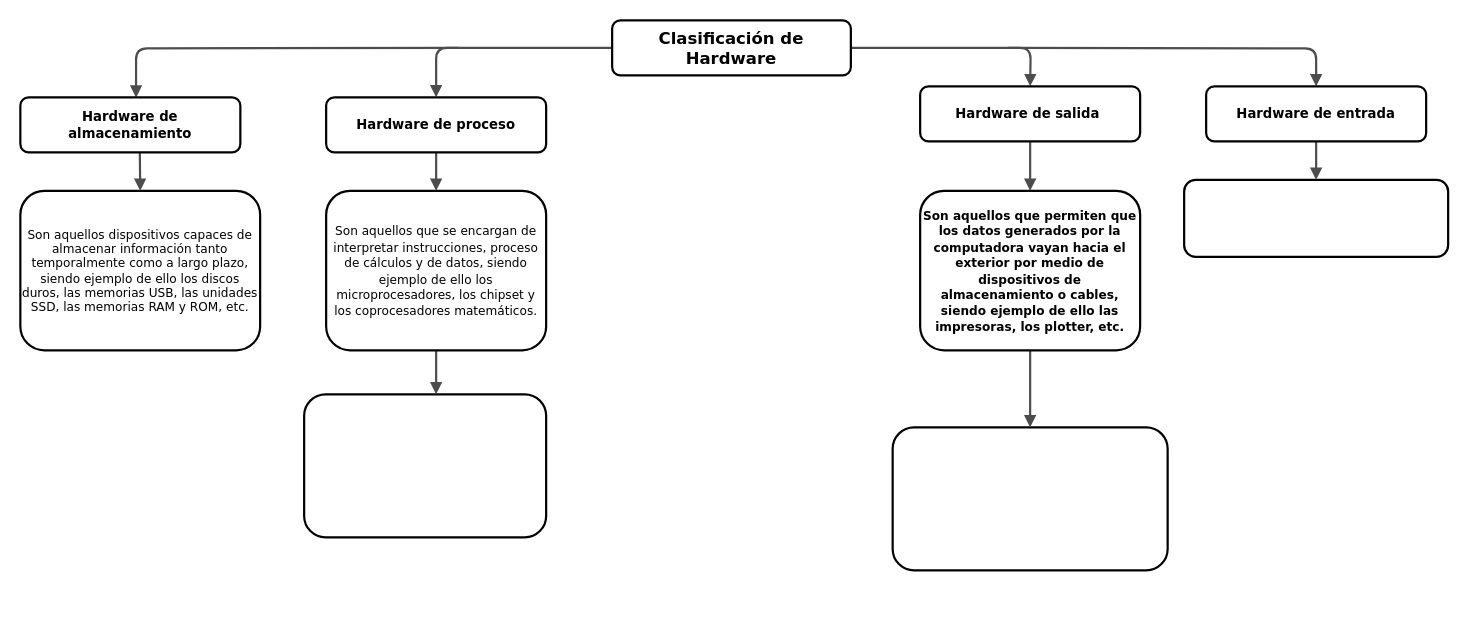
Before: Diagrama sin título.drawio in kiloZ333/kiloZ333, a draw.io diagram. Source tidied: cells renumbered, new cells numbered last; positions are measured from the earlier drawing's top-left corner, leaving out a move shared by most shapes. Both pictures are drawn from the tidied source at 110%, with x=0, y=0 at pixel (20, 20).
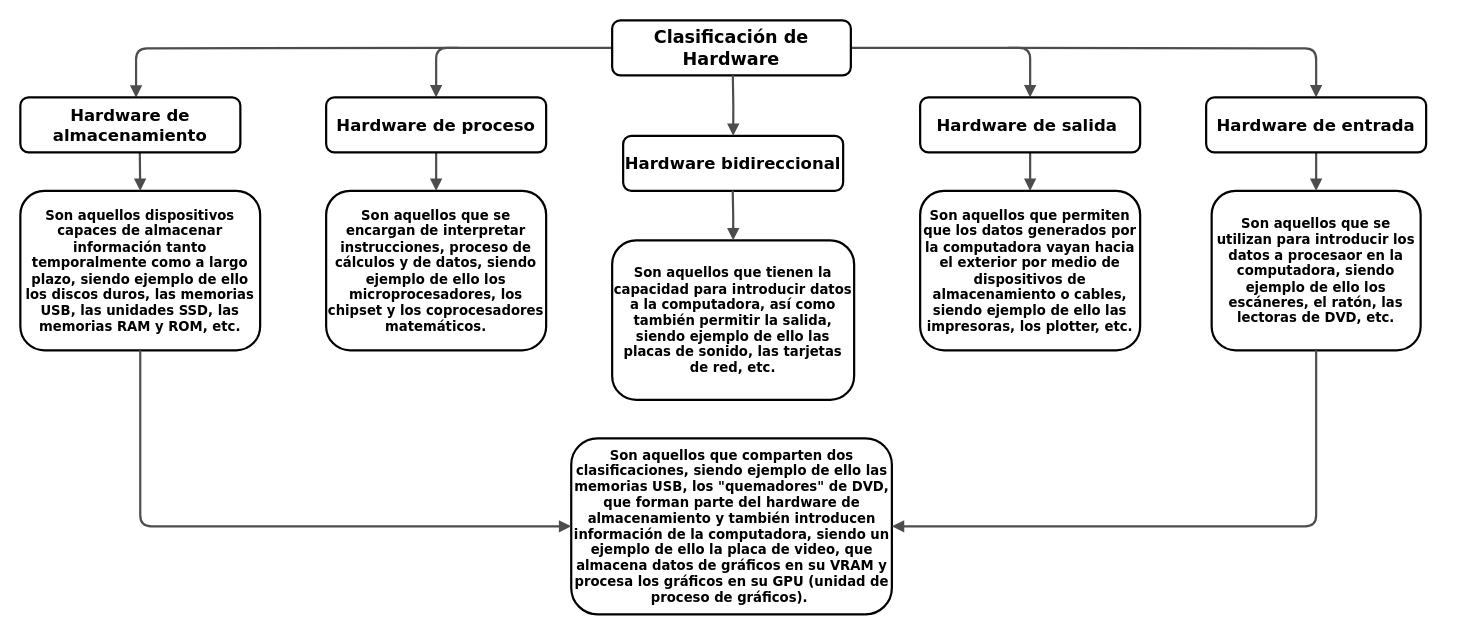
After the change.

Change to the diagram source:
```diff
@@
-    <mxCell id="2" value="&lt;font style=&quot;font-size: 11px;&quot;&gt;Son aquellos dispositivos capaces de almacenar información tanto temporalmente como a largo plazo, siendo ejemplo de ello los discos duros, las memorias USB, las unidades SSD, las memorias RAM y ROM, etc.&lt;/font&gt;" style="whiteSpace=wrap;html=1;rounded=1;shadow=0;comic=0;strokeWidth=2;fontFamily=Verdana;align=center;fontSize=10;" parent="1" vertex="1">
+    <mxCell id="2" value="&lt;font style=&quot;font-size: 12px;&quot;&gt;&lt;b&gt;&lt;font style=&quot;font-size: 12px;&quot;&gt;Son aquellos dispositivos capaces de almacenar información tanto temporalmente como a largo plazo, siendo ejemplo de ello los discos duros, las memorias USB, las unidades SSD, las memorias RAM y ROM, etc.&lt;/font&gt;&lt;/b&gt;&lt;/font&gt;" style="whiteSpace=wrap;html=1;rounded=1;shadow=0;comic=0;strokeWidth=2;fontFamily=Verdana;align=center;fontSize=10;" parent="1" vertex="1">
       <mxGeometry y="155" width="218" height="145" as="geometry" />
     </mxCell>
-    <mxCell id="3" style="whiteSpace=wrap;html=1;rounded=1;shadow=0;comic=0;strokeWidth=2;fontFamily=Verdana;align=center;fontSize=10;" parent="1" vertex="1">
-      <mxGeometry x="258" y="340" width="220" height="130" as="geometry" />
+    <mxCell id="3" value="&lt;font size=&quot;1&quot;&gt;&lt;b style=&quot;font-size: 12px;&quot;&gt;Son aquellos que tienen la capacidad para introducir datos a la computadora, así como también permitir la salida, siendo ejemplo de ello las placas de sonido, las tarjetas de red, etc. &lt;/b&gt;&lt;/font&gt;" style="whiteSpace=wrap;html=1;rounded=1;shadow=0;comic=0;strokeWidth=2;fontFamily=Verdana;align=center;fontSize=10;" parent="1" vertex="1">
+      <mxGeometry x="538" y="200" width="220" height="145" as="geometry" />
     </mxCell>
-    <mxCell id="4" style="whiteSpace=wrap;html=1;rounded=1;shadow=0;comic=0;strokeWidth=2;fontFamily=Verdana;align=center;fontSize=10;" parent="1" vertex="1">
-      <mxGeometry x="793" y="370" width="250" height="130" as="geometry" />
+    <mxCell id="4" value="&lt;font style=&quot;font-size: 12px;&quot;&gt;&lt;b&gt;&lt;font style=&quot;font-size: 12px;&quot;&gt;Son aquellos que comparten dos clasificaciones, siendo ejemplo de ello las memorias USB, los &quot;quemadores&quot; de DVD, que forman parte del hardware de almacenamiento y también introducen información de la computadora, siendo un ejemplo de ello la placa de video, que almacena datos de gráficos en su VRAM y procesa los gráficos en su GPU (unidad de proceso de gráficos).&amp;nbsp; &lt;/font&gt;&lt;/b&gt;&lt;/font&gt;" style="whiteSpace=wrap;html=1;rounded=1;shadow=0;comic=0;strokeWidth=2;fontFamily=Verdana;align=center;fontSize=10;" parent="1" vertex="1">
+      <mxGeometry x="500.8" y="380" width="291.5" height="160" as="geometry" />
     </mxCell>
-    <mxCell id="5" style="whiteSpace=wrap;html=1;rounded=1;shadow=0;comic=0;strokeWidth=2;fontFamily=Verdana;align=center;fontSize=10;" parent="1" vertex="1">
-      <mxGeometry x="1058" y="145" width="240" height="70" as="geometry" />
+    <mxCell id="5" value="&lt;font style=&quot;font-size: 12px;&quot;&gt;&lt;b&gt;Son aquellos que se utilizan para introducir los datos a procesaor en la computadora, siendo ejemplo de ello los escáneres, el ratón, las lectoras de DVD, etc. &lt;/b&gt;&lt;/font&gt;" style="whiteSpace=wrap;html=1;rounded=1;shadow=0;comic=0;strokeWidth=2;fontFamily=Verdana;align=center;fontSize=10;" parent="1" vertex="1">
+      <mxGeometry x="1083" y="155" width="190" height="145" as="geometry" />
     </mxCell>
@@
-    <mxCell id="7" style="edgeStyle=orthogonalEdgeStyle;rounded=1;html=1;labelBackgroundColor=none;endArrow=block;endFill=1;strokeColor=#4D4D4D;strokeWidth=2;fontFamily=Verdana;fontSize=12;fontStyle=1;" parent="1" edge="1" source="19">
-      <mxGeometry relative="1" as="geometry">
-        <mxPoint x="918" y="60" as="targetPoint" />
-      </mxGeometry>
+    <mxCell id="7" style="edgeStyle=orthogonalEdgeStyle;rounded=1;html=1;labelBackgroundColor=none;endArrow=block;endFill=1;strokeColor=#4D4D4D;strokeWidth=2;fontFamily=Verdana;fontSize=12;fontStyle=1;entryX=0.5;entryY=0;entryDx=0;entryDy=0;" parent="1" edge="1" source="19" target="20">
+      <mxGeometry relative="1" as="geometry" />
     </mxCell>
@@
-    <mxCell id="13" style="edgeStyle=orthogonalEdgeStyle;rounded=1;html=1;labelBackgroundColor=none;endArrow=block;endFill=1;strokeColor=#4D4D4D;strokeWidth=2;fontFamily=Verdana;fontSize=10;" parent="1" edge="1" source="21" target="4">
-      <mxGeometry relative="1" as="geometry" />
-    </mxCell>
-    <mxCell id="14" style="edgeStyle=elbowEdgeStyle;rounded=1;html=1;labelBackgroundColor=none;endArrow=block;endFill=1;strokeColor=#4D4D4D;strokeWidth=2;fontFamily=Verdana;fontSize=10;" parent="1" edge="1" source="18" target="3">
-      <mxGeometry relative="1" as="geometry" />
-    </mxCell>
@@
-    <mxCell id="16" value="&lt;span&gt;Hardware de almacenamiento&lt;br&gt;&lt;/span&gt;" style="whiteSpace=wrap;html=1;rounded=1;shadow=0;comic=0;strokeWidth=2;fontFamily=Verdana;align=center;fontSize=12;fontStyle=1;" parent="1" vertex="1">
+    <mxCell id="16" value="&lt;font style=&quot;font-size: 15px;&quot;&gt;&lt;span&gt;Hardware de almacenamiento&lt;br&gt;&lt;/span&gt;&lt;/font&gt;" style="whiteSpace=wrap;html=1;rounded=1;shadow=0;comic=0;strokeWidth=2;fontFamily=Verdana;align=center;fontSize=12;fontStyle=1;" parent="1" vertex="1">
       <mxGeometry y="70" width="200" height="50" as="geometry" />
     </mxCell>
-    <mxCell id="17" value="Hardware de proceso" style="whiteSpace=wrap;html=1;rounded=1;shadow=0;comic=0;strokeWidth=2;fontFamily=Verdana;align=center;fontSize=12;fontStyle=1;" parent="1" vertex="1">
+    <mxCell id="17" value="&lt;font style=&quot;font-size: 15px;&quot;&gt;Hardware de proceso&lt;/font&gt;" style="whiteSpace=wrap;html=1;rounded=1;shadow=0;comic=0;strokeWidth=2;fontFamily=Verdana;align=center;fontSize=12;fontStyle=1;" parent="1" vertex="1">
       <mxGeometry x="278" y="70" width="200" height="50" as="geometry" />
     </mxCell>
-    <mxCell id="18" value="&lt;font style=&quot;font-size: 11px;&quot;&gt;&lt;span style=&quot;font-weight: normal;&quot;&gt;Son aquellos que se encargan de interpretar instrucciones, proceso de cálculos y de datos, siendo ejemplo de ello los microprocesadores, los chipset y los coprocesadores matemáticos. &lt;/span&gt;&lt;br&gt;&lt;/font&gt;" style="whiteSpace=wrap;html=1;rounded=1;shadow=0;comic=0;strokeWidth=2;fontFamily=Verdana;align=center;fontSize=12;fontStyle=1;" parent="1" vertex="1">
+    <mxCell id="18" value="&lt;font style=&quot;font-size: 12px;&quot;&gt;Son aquellos que se encargan de interpretar instrucciones, proceso de cálculos y de datos, siendo ejemplo de ello los microprocesadores, los chipset y los coprocesadores matemáticos. &lt;font style=&quot;font-size: 12px;&quot;&gt;&lt;br&gt;&lt;/font&gt;&lt;/font&gt;" style="whiteSpace=wrap;html=1;rounded=1;shadow=0;comic=0;strokeWidth=2;fontFamily=Verdana;align=center;fontSize=12;fontStyle=1;" parent="1" vertex="1">
       <mxGeometry x="278" y="155" width="200" height="145" as="geometry" />
     </mxCell>
-    <mxCell id="19" value="&lt;font style=&quot;font-size: 15px;&quot;&gt;Clasificación de Hardware &lt;/font&gt;" style="whiteSpace=wrap;html=1;rounded=1;shadow=0;comic=0;strokeWidth=2;fontFamily=Verdana;align=center;fontSize=12;fontStyle=1;" parent="1" vertex="1">
+    <mxCell id="19" value="&lt;font style=&quot;font-size: 16px;&quot;&gt;Clasificación de Hardware &lt;/font&gt;" style="whiteSpace=wrap;html=1;rounded=1;shadow=0;comic=0;strokeWidth=2;fontFamily=Verdana;align=center;fontSize=12;fontStyle=1;" parent="1" vertex="1">
       <mxGeometry x="538" width="217" height="50" as="geometry" />
     </mxCell>
-    <mxCell id="20" value="Hardware de salida&amp;nbsp;" style="whiteSpace=wrap;html=1;rounded=1;shadow=0;comic=0;strokeWidth=2;fontFamily=Verdana;align=center;fontSize=12;fontStyle=1;" parent="1" vertex="1">
-      <mxGeometry x="818" y="60" width="200" height="50" as="geometry" />
+    <mxCell id="20" value="&lt;font style=&quot;font-size: 15px;&quot;&gt;Hardware de salida&amp;nbsp;&lt;/font&gt;" style="whiteSpace=wrap;html=1;rounded=1;shadow=0;comic=0;strokeWidth=2;fontFamily=Verdana;align=center;fontSize=12;fontStyle=1;" parent="1" vertex="1">
+      <mxGeometry x="818" y="70" width="200" height="50" as="geometry" />
     </mxCell>
-    <mxCell id="21" value="&lt;font style=&quot;font-size: 11px;&quot;&gt;Son aquellos que permiten que los datos generados por la computadora vayan hacia el exterior por medio de dispositivos de almacenamiento o cables, siendo ejemplo de ello las impresoras, los plotter, etc.&lt;/font&gt;" style="whiteSpace=wrap;html=1;rounded=1;shadow=0;comic=0;strokeWidth=2;fontFamily=Verdana;align=center;fontSize=12;fontStyle=1;" parent="1" vertex="1">
+    <mxCell id="21" value="&lt;font style=&quot;font-size: 12px;&quot;&gt;Son aquellos que permiten que los datos generados por la computadora vayan hacia el exterior por medio de dispositivos de almacenamiento o cables, siendo ejemplo de ello las impresoras, los plotter, etc.&lt;/font&gt;" style="whiteSpace=wrap;html=1;rounded=1;shadow=0;comic=0;strokeWidth=2;fontFamily=Verdana;align=center;fontSize=12;fontStyle=1;" parent="1" vertex="1">
       <mxGeometry x="818" y="155" width="200" height="145" as="geometry" />
     </mxCell>
-    <mxCell id="22" value="Hardware de entrada" style="whiteSpace=wrap;html=1;rounded=1;shadow=0;comic=0;strokeWidth=2;fontFamily=Verdana;align=center;fontSize=12;fontStyle=1;" parent="1" vertex="1">
-      <mxGeometry x="1078" y="60" width="200" height="50" as="geometry" />
+    <mxCell id="22" value="&lt;font style=&quot;font-size: 15px;&quot;&gt;Hardware de entrada&lt;/font&gt;" style="whiteSpace=wrap;html=1;rounded=1;shadow=0;comic=0;strokeWidth=2;fontFamily=Verdana;align=center;fontSize=12;fontStyle=1;" parent="1" vertex="1">
+      <mxGeometry x="1078" y="70" width="200" height="50" as="geometry" />
     </mxCell>
+    <mxCell id="23" value="&lt;font style=&quot;font-size: 15px;&quot;&gt;Hardware bidireccional&lt;/font&gt;" style="whiteSpace=wrap;html=1;rounded=1;shadow=0;comic=0;strokeWidth=2;fontFamily=Verdana;align=center;fontSize=12;fontStyle=1;" parent="1" vertex="1">
+      <mxGeometry x="548" y="105" width="200" height="50" as="geometry" />
+    </mxCell>
+    <mxCell id="24" style="edgeStyle=orthogonalEdgeStyle;rounded=1;html=1;labelBackgroundColor=none;endArrow=block;endFill=1;strokeColor=#4D4D4D;strokeWidth=2;fontFamily=Verdana;fontSize=10;exitX=0.5;exitY=1;exitDx=0;exitDy=0;entryX=1;entryY=0.5;entryDx=0;entryDy=0;" parent="1" edge="1" source="5" target="4">
+      <mxGeometry relative="1" as="geometry" />
+    </mxCell>
+    <mxCell id="25" style="edgeStyle=orthogonalEdgeStyle;rounded=1;html=1;labelBackgroundColor=none;endArrow=block;endFill=1;strokeColor=#4D4D4D;strokeWidth=2;fontFamily=Verdana;fontSize=10;exitX=0.5;exitY=1;exitDx=0;exitDy=0;entryX=0;entryY=0.5;entryDx=0;entryDy=0;" parent="1" edge="1" source="2" target="4">
+      <mxGeometry relative="1" as="geometry" />
+    </mxCell>
+    <mxCell id="26" style="edgeStyle=orthogonalEdgeStyle;rounded=1;html=1;labelBackgroundColor=none;endArrow=block;endFill=1;strokeColor=#4D4D4D;strokeWidth=2;fontFamily=Verdana;fontSize=12;fontStyle=1;entryX=0.5;entryY=0;entryDx=0;entryDy=0;" parent="1" edge="1" target="23">
+      <mxGeometry relative="1" as="geometry">
+        <mxPoint x="647.7" y="50" as="sourcePoint" />
+      </mxGeometry>
+    </mxCell>
+    <mxCell id="27" style="edgeStyle=orthogonalEdgeStyle;rounded=1;html=1;labelBackgroundColor=none;endArrow=block;endFill=1;strokeColor=#4D4D4D;strokeWidth=2;fontFamily=Verdana;fontSize=12;fontStyle=1;" parent="1" edge="1">
+      <mxGeometry relative="1" as="geometry">
+        <mxPoint x="647.6" y="155" as="sourcePoint" />
+        <mxPoint x="648" y="200" as="targetPoint" />
+      </mxGeometry>
+    </mxCell>
```
